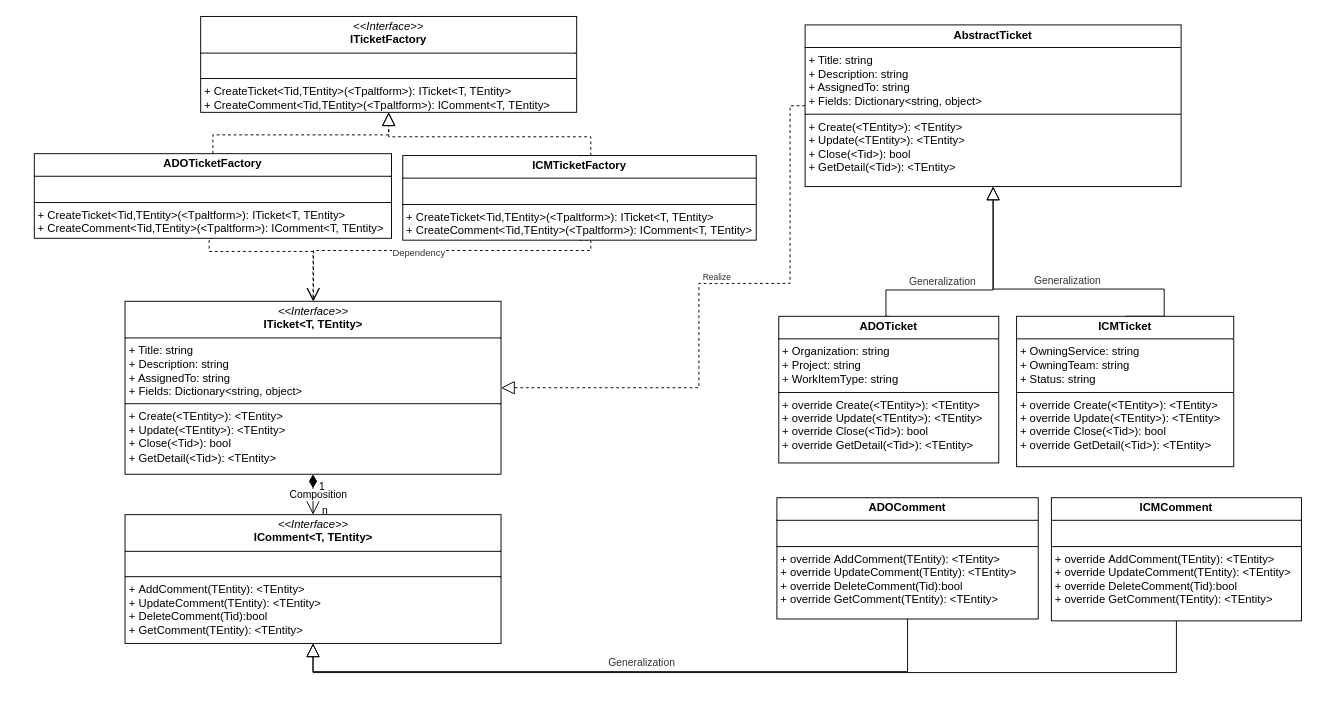
This is page "Page-10" (10 of 10) of 2.drawio from hy986/Repo_0110, a draw.io file, before an edit. Source tidied: cells renumbered, new cells numbered last; positions are measured from the earlier drawing's top-left corner, leaving out a move shared by most shapes. Both pictures are drawn from the tidied source at 94%, with x=0, y=0 at pixel (34, 16).
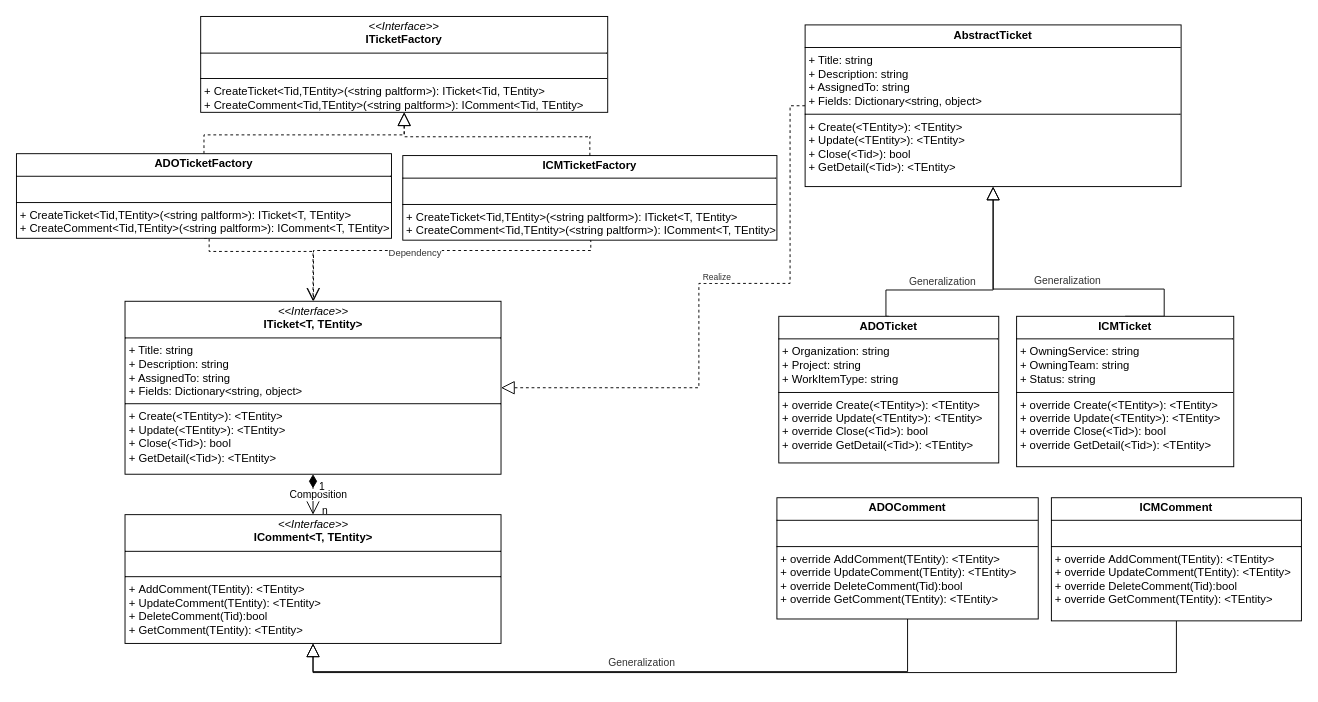
The same diagram, later.

The edit, as a diff of the source:
```diff
@@
-    <mxCell id="13" value="&lt;p style=&quot;margin:0px;margin-top:4px;text-align:center;&quot;&gt;&lt;i&gt;&amp;lt;&amp;lt;Interface&amp;gt;&amp;gt;&lt;/i&gt;&lt;br&gt;&lt;b&gt;ITicketFactory&lt;/b&gt;&lt;/p&gt;&lt;hr size=&quot;1&quot; style=&quot;border-style:solid;&quot;&gt;&lt;p style=&quot;margin:0px;margin-left:4px;&quot;&gt;&lt;br&gt;&lt;/p&gt;&lt;hr size=&quot;1&quot; style=&quot;border-style:solid;&quot;&gt;&lt;p style=&quot;margin:0px;margin-left:4px;&quot;&gt;+ CreateTicket&lt;span style=&quot;background-color: initial;&quot;&gt;&amp;lt;Tid,TEntity&amp;gt;&lt;/span&gt;&lt;span style=&quot;background-color: initial;&quot;&gt;(&amp;lt;Tpaltform&amp;gt;):&amp;nbsp;&lt;/span&gt;&lt;span style=&quot;background-color: initial;&quot; class=&quot;hljs-title&quot;&gt;ITicket&lt;/span&gt;&lt;span style=&quot;background-color: initial;&quot;&gt;&amp;lt;&lt;/span&gt;&lt;span style=&quot;background-color: initial;&quot; class=&quot;hljs-title&quot;&gt;T&lt;/span&gt;&lt;span style=&quot;background-color: initial;&quot;&gt;, &lt;/span&gt;&lt;span style=&quot;background-color: initial;&quot; class=&quot;hljs-title&quot;&gt;TEntity&lt;/span&gt;&lt;span style=&quot;background-color: initial;&quot;&gt;&amp;gt;&lt;/span&gt;&lt;/p&gt;&lt;p style=&quot;margin:0px;margin-left:4px;&quot;&gt;+ CreateComment&lt;span style=&quot;background-color: initial;&quot;&gt;&amp;lt;Tid,TEntity&amp;gt;&lt;/span&gt;&lt;span style=&quot;background-color: initial;&quot;&gt;(&amp;lt;Tpaltform&amp;gt;):&amp;nbsp;&lt;/span&gt;&lt;span style=&quot;background-color: initial;&quot; class=&quot;hljs-title&quot;&gt;IComment&lt;/span&gt;&lt;span style=&quot;background-color: initial;&quot;&gt;&amp;lt;&lt;/span&gt;&lt;span style=&quot;background-color: initial;&quot; class=&quot;hljs-title&quot;&gt;T&lt;/span&gt;&lt;span style=&quot;background-color: initial;&quot;&gt;,&amp;nbsp;&lt;/span&gt;&lt;span style=&quot;background-color: initial;&quot; class=&quot;hljs-title&quot;&gt;TEntity&lt;/span&gt;&lt;span style=&quot;background-color: initial;&quot;&gt;&amp;gt;&lt;/span&gt;&lt;span style=&quot;background-color: initial;&quot;&gt;&lt;/span&gt;&lt;/p&gt;" style="verticalAlign=top;align=left;overflow=fill;html=1;whiteSpace=wrap;fillColor=default;rounded=0;fillStyle=auto;strokeColor=default;" parent="1" vertex="1">
-      <mxGeometry x="177" width="400" height="102" as="geometry" />
+    <mxCell id="13" value="&lt;p style=&quot;margin:0px;margin-top:4px;text-align:center;&quot;&gt;&lt;i&gt;&amp;lt;&amp;lt;Interface&amp;gt;&amp;gt;&lt;/i&gt;&lt;br&gt;&lt;b&gt;ITicketFactory&lt;/b&gt;&lt;/p&gt;&lt;hr size=&quot;1&quot; style=&quot;border-style:solid;&quot;&gt;&lt;p style=&quot;margin:0px;margin-left:4px;&quot;&gt;&lt;br&gt;&lt;/p&gt;&lt;hr size=&quot;1&quot; style=&quot;border-style:solid;&quot;&gt;&lt;p style=&quot;margin:0px;margin-left:4px;&quot;&gt;+ CreateTicket&lt;span style=&quot;background-color: initial;&quot;&gt;&amp;lt;Tid,TEntity&amp;gt;&lt;/span&gt;&lt;span style=&quot;background-color: initial;&quot;&gt;(&amp;lt;string paltform&amp;gt;):&amp;nbsp;&lt;/span&gt;&lt;span style=&quot;background-color: initial;&quot; class=&quot;hljs-title&quot;&gt;ITicket&lt;/span&gt;&lt;span style=&quot;background-color: initial;&quot;&gt;&amp;lt;&lt;/span&gt;&lt;span style=&quot;background-color: initial;&quot; class=&quot;hljs-title&quot;&gt;Tid&lt;/span&gt;&lt;span style=&quot;background-color: initial;&quot;&gt;, &lt;/span&gt;&lt;span style=&quot;background-color: initial;&quot; class=&quot;hljs-title&quot;&gt;TEntity&lt;/span&gt;&lt;span style=&quot;background-color: initial;&quot;&gt;&amp;gt;&lt;/span&gt;&lt;/p&gt;&lt;p style=&quot;margin:0px;margin-left:4px;&quot;&gt;+ CreateComment&lt;span style=&quot;background-color: initial;&quot;&gt;&amp;lt;Tid,TEntity&amp;gt;&lt;/span&gt;&lt;span style=&quot;background-color: initial;&quot;&gt;(&amp;lt;&lt;/span&gt;string paltform&lt;span style=&quot;background-color: initial;&quot;&gt;&amp;gt;):&amp;nbsp;&lt;/span&gt;&lt;span style=&quot;background-color: initial;&quot; class=&quot;hljs-title&quot;&gt;IComment&lt;/span&gt;&lt;span style=&quot;background-color: initial;&quot;&gt;&amp;lt;&lt;/span&gt;&lt;span style=&quot;background-color: initial;&quot; class=&quot;hljs-title&quot;&gt;Tid&lt;/span&gt;&lt;span style=&quot;background-color: initial;&quot;&gt;,&amp;nbsp;&lt;/span&gt;&lt;span style=&quot;background-color: initial;&quot; class=&quot;hljs-title&quot;&gt;TEntity&lt;/span&gt;&lt;span style=&quot;background-color: initial;&quot;&gt;&amp;gt;&lt;/span&gt;&lt;span style=&quot;background-color: initial;&quot;&gt;&lt;/span&gt;&lt;/p&gt;" style="verticalAlign=top;align=left;overflow=fill;html=1;whiteSpace=wrap;fillColor=default;rounded=0;fillStyle=auto;strokeColor=default;" parent="1" vertex="1">
+      <mxGeometry x="177" width="433" height="102" as="geometry" />
     </mxCell>
@@
-    <mxCell id="19" value="&lt;p style=&quot;margin:0px;margin-top:4px;text-align:center;&quot;&gt;&lt;b&gt;ICMTicketFactory&lt;/b&gt;&lt;/p&gt;&lt;hr size=&quot;1&quot; style=&quot;border-style:solid;&quot;&gt;&lt;p style=&quot;margin:0px;margin-left:4px;&quot;&gt;&lt;br&gt;&lt;/p&gt;&lt;hr size=&quot;1&quot; style=&quot;border-style:solid;&quot;&gt;&lt;p style=&quot;margin: 0px 0px 0px 4px;&quot;&gt;+ CreateTicket&lt;span style=&quot;background-color: initial;&quot;&gt;&amp;lt;Tid,TEntity&amp;gt;&lt;/span&gt;&lt;span style=&quot;background-color: initial;&quot;&gt;(&lt;/span&gt;&amp;lt;Tpaltform&amp;gt;&lt;span style=&quot;background-color: initial;&quot;&gt;):&amp;nbsp;&lt;/span&gt;&lt;span style=&quot;background-color: initial;&quot; class=&quot;hljs-title&quot;&gt;ITicket&lt;/span&gt;&lt;span style=&quot;background-color: initial;&quot;&gt;&amp;lt;&lt;/span&gt;&lt;span style=&quot;background-color: initial;&quot; class=&quot;hljs-title&quot;&gt;T&lt;/span&gt;&lt;span style=&quot;background-color: initial;&quot;&gt;,&amp;nbsp;&lt;/span&gt;&lt;span style=&quot;background-color: initial;&quot; class=&quot;hljs-title&quot;&gt;TEntity&lt;/span&gt;&lt;span style=&quot;background-color: initial;&quot;&gt;&amp;gt;&lt;/span&gt;&lt;/p&gt;&lt;p style=&quot;margin: 0px 0px 0px 4px;&quot;&gt;+ CreateComment&lt;span style=&quot;background-color: initial;&quot;&gt;&amp;lt;Tid,TEntity&amp;gt;&lt;/span&gt;&lt;span style=&quot;background-color: initial;&quot;&gt;(&amp;lt;Tpaltform&amp;gt;):&amp;nbsp;&lt;/span&gt;&lt;span style=&quot;background-color: initial;&quot; class=&quot;hljs-title&quot;&gt;IComment&lt;/span&gt;&lt;span style=&quot;background-color: initial;&quot;&gt;&amp;lt;&lt;/span&gt;&lt;span style=&quot;background-color: initial;&quot; class=&quot;hljs-title&quot;&gt;T&lt;/span&gt;&lt;span style=&quot;background-color: initial;&quot;&gt;,&amp;nbsp;&lt;/span&gt;&lt;span style=&quot;background-color: initial;&quot; class=&quot;hljs-title&quot;&gt;TEntity&lt;/span&gt;&lt;span style=&quot;background-color: initial;&quot;&gt;&amp;gt;&lt;/span&gt;&lt;span style=&quot;background-color: initial;&quot;&gt;&lt;/span&gt;&lt;/p&gt;" style="verticalAlign=top;align=left;overflow=fill;html=1;whiteSpace=wrap;" parent="1" vertex="1">
-      <mxGeometry x="392" y="148" width="376" height="90" as="geometry" />
+    <mxCell id="19" value="&lt;p style=&quot;margin:0px;margin-top:4px;text-align:center;&quot;&gt;&lt;b&gt;ICMTicketFactory&lt;/b&gt;&lt;/p&gt;&lt;hr size=&quot;1&quot; style=&quot;border-style:solid;&quot;&gt;&lt;p style=&quot;margin:0px;margin-left:4px;&quot;&gt;&lt;br&gt;&lt;/p&gt;&lt;hr size=&quot;1&quot; style=&quot;border-style:solid;&quot;&gt;&lt;p style=&quot;margin: 0px 0px 0px 4px;&quot;&gt;+ CreateTicket&lt;span style=&quot;background-color: initial;&quot;&gt;&amp;lt;Tid,TEntity&amp;gt;&lt;/span&gt;&lt;span style=&quot;background-color: initial;&quot;&gt;(&lt;/span&gt;&amp;lt;string paltform&amp;gt;&lt;span style=&quot;background-color: initial;&quot;&gt;):&amp;nbsp;&lt;/span&gt;&lt;span style=&quot;background-color: initial;&quot; class=&quot;hljs-title&quot;&gt;ITicket&lt;/span&gt;&lt;span style=&quot;background-color: initial;&quot;&gt;&amp;lt;&lt;/span&gt;&lt;span style=&quot;background-color: initial;&quot; class=&quot;hljs-title&quot;&gt;T&lt;/span&gt;&lt;span style=&quot;background-color: initial;&quot;&gt;,&amp;nbsp;&lt;/span&gt;&lt;span style=&quot;background-color: initial;&quot; class=&quot;hljs-title&quot;&gt;TEntity&lt;/span&gt;&lt;span style=&quot;background-color: initial;&quot;&gt;&amp;gt;&lt;/span&gt;&lt;/p&gt;&lt;p style=&quot;margin: 0px 0px 0px 4px;&quot;&gt;+ CreateComment&lt;span style=&quot;background-color: initial;&quot;&gt;&amp;lt;Tid,TEntity&amp;gt;&lt;/span&gt;&lt;span style=&quot;background-color: initial;&quot;&gt;(&amp;lt;&lt;/span&gt;string paltform&lt;span style=&quot;background-color: initial;&quot;&gt;&amp;gt;):&amp;nbsp;&lt;/span&gt;&lt;span style=&quot;background-color: initial;&quot; class=&quot;hljs-title&quot;&gt;IComment&lt;/span&gt;&lt;span style=&quot;background-color: initial;&quot;&gt;&amp;lt;&lt;/span&gt;&lt;span style=&quot;background-color: initial;&quot; class=&quot;hljs-title&quot;&gt;T&lt;/span&gt;&lt;span style=&quot;background-color: initial;&quot;&gt;,&amp;nbsp;&lt;/span&gt;&lt;span style=&quot;background-color: initial;&quot; class=&quot;hljs-title&quot;&gt;TEntity&lt;/span&gt;&lt;span style=&quot;background-color: initial;&quot;&gt;&amp;gt;&lt;/span&gt;&lt;span style=&quot;background-color: initial;&quot;&gt;&lt;/span&gt;&lt;/p&gt;" style="verticalAlign=top;align=left;overflow=fill;html=1;whiteSpace=wrap;" parent="1" vertex="1">
+      <mxGeometry x="392" y="148" width="398" height="90" as="geometry" />
     </mxCell>
@@
-    <mxCell id="24" value="&lt;p style=&quot;margin:0px;margin-top:4px;text-align:center;&quot;&gt;&lt;b&gt;ADOTicketFactory&lt;/b&gt;&lt;/p&gt;&lt;hr size=&quot;1&quot; style=&quot;border-style:solid;&quot;&gt;&lt;p style=&quot;margin:0px;margin-left:4px;&quot;&gt;&lt;br&gt;&lt;/p&gt;&lt;hr size=&quot;1&quot; style=&quot;border-style:solid;&quot;&gt;&lt;p style=&quot;margin: 0px 0px 0px 4px;&quot;&gt;+ CreateTicket&lt;span style=&quot;background-color: initial;&quot;&gt;&amp;lt;Tid,TEntity&amp;gt;&lt;/span&gt;&lt;span style=&quot;background-color: initial;&quot;&gt;(&lt;/span&gt;&amp;lt;Tpaltform&amp;gt;&lt;span style=&quot;background-color: initial;&quot;&gt;):&amp;nbsp;&lt;/span&gt;&lt;span style=&quot;background-color: initial;&quot; class=&quot;hljs-title&quot;&gt;ITicket&lt;/span&gt;&lt;span style=&quot;background-color: initial;&quot;&gt;&amp;lt;&lt;/span&gt;&lt;span style=&quot;background-color: initial;&quot; class=&quot;hljs-title&quot;&gt;T&lt;/span&gt;&lt;span style=&quot;background-color: initial;&quot;&gt;,&amp;nbsp;&lt;/span&gt;&lt;span style=&quot;background-color: initial;&quot; class=&quot;hljs-title&quot;&gt;TEntity&lt;/span&gt;&lt;span style=&quot;background-color: initial;&quot;&gt;&amp;gt;&lt;/span&gt;&lt;/p&gt;&lt;p style=&quot;margin: 0px 0px 0px 4px;&quot;&gt;+ CreateComment&lt;span style=&quot;background-color: initial;&quot;&gt;&amp;lt;Tid,TEntity&amp;gt;&lt;/span&gt;&lt;span style=&quot;background-color: initial;&quot;&gt;(&amp;lt;Tpaltform&amp;gt;):&amp;nbsp;&lt;/span&gt;&lt;span style=&quot;background-color: initial;&quot; class=&quot;hljs-title&quot;&gt;IComment&lt;/span&gt;&lt;span style=&quot;background-color: initial;&quot;&gt;&amp;lt;&lt;/span&gt;&lt;span style=&quot;background-color: initial;&quot; class=&quot;hljs-title&quot;&gt;T&lt;/span&gt;&lt;span style=&quot;background-color: initial;&quot;&gt;,&amp;nbsp;&lt;/span&gt;&lt;span style=&quot;background-color: initial;&quot; class=&quot;hljs-title&quot;&gt;TEntity&lt;/span&gt;&lt;span style=&quot;background-color: initial;&quot;&gt;&amp;gt;&lt;/span&gt;&lt;span style=&quot;background-color: initial;&quot;&gt;&lt;/span&gt;&lt;/p&gt;" style="verticalAlign=top;align=left;overflow=fill;html=1;whiteSpace=wrap;" parent="1" vertex="1">
-      <mxGeometry y="146" width="380" height="90" as="geometry" />
+    <mxCell id="24" value="&lt;p style=&quot;margin:0px;margin-top:4px;text-align:center;&quot;&gt;&lt;b&gt;ADOTicketFactory&lt;/b&gt;&lt;/p&gt;&lt;hr size=&quot;1&quot; style=&quot;border-style:solid;&quot;&gt;&lt;p style=&quot;margin:0px;margin-left:4px;&quot;&gt;&lt;br&gt;&lt;/p&gt;&lt;hr size=&quot;1&quot; style=&quot;border-style:solid;&quot;&gt;&lt;p style=&quot;margin: 0px 0px 0px 4px;&quot;&gt;+ CreateTicket&lt;span style=&quot;background-color: initial;&quot;&gt;&amp;lt;Tid,TEntity&amp;gt;&lt;/span&gt;&lt;span style=&quot;background-color: initial;&quot;&gt;(&lt;/span&gt;&amp;lt;string paltform&amp;gt;&lt;span style=&quot;background-color: initial;&quot;&gt;):&amp;nbsp;&lt;/span&gt;&lt;span style=&quot;background-color: initial;&quot; class=&quot;hljs-title&quot;&gt;ITicket&lt;/span&gt;&lt;span style=&quot;background-color: initial;&quot;&gt;&amp;lt;&lt;/span&gt;&lt;span style=&quot;background-color: initial;&quot; class=&quot;hljs-title&quot;&gt;T&lt;/span&gt;&lt;span style=&quot;background-color: initial;&quot;&gt;,&amp;nbsp;&lt;/span&gt;&lt;span style=&quot;background-color: initial;&quot; class=&quot;hljs-title&quot;&gt;TEntity&lt;/span&gt;&lt;span style=&quot;background-color: initial;&quot;&gt;&amp;gt;&lt;/span&gt;&lt;/p&gt;&lt;p style=&quot;margin: 0px 0px 0px 4px;&quot;&gt;+ CreateComment&lt;span style=&quot;background-color: initial;&quot;&gt;&amp;lt;Tid,TEntity&amp;gt;&lt;/span&gt;&lt;span style=&quot;background-color: initial;&quot;&gt;(&amp;lt;&lt;/span&gt;string paltform&lt;span style=&quot;background-color: initial;&quot;&gt;&amp;gt;):&amp;nbsp;&lt;/span&gt;&lt;span style=&quot;background-color: initial;&quot; class=&quot;hljs-title&quot;&gt;IComment&lt;/span&gt;&lt;span style=&quot;background-color: initial;&quot;&gt;&amp;lt;&lt;/span&gt;&lt;span style=&quot;background-color: initial;&quot; class=&quot;hljs-title&quot;&gt;T&lt;/span&gt;&lt;span style=&quot;background-color: initial;&quot;&gt;,&amp;nbsp;&lt;/span&gt;&lt;span style=&quot;background-color: initial;&quot; class=&quot;hljs-title&quot;&gt;TEntity&lt;/span&gt;&lt;span style=&quot;background-color: initial;&quot;&gt;&amp;gt;&lt;/span&gt;&lt;span style=&quot;background-color: initial;&quot;&gt;&lt;/span&gt;&lt;/p&gt;" style="verticalAlign=top;align=left;overflow=fill;html=1;whiteSpace=wrap;" parent="1" vertex="1">
+      <mxGeometry x="-19" y="146" width="399" height="90" as="geometry" />
     </mxCell>
```
